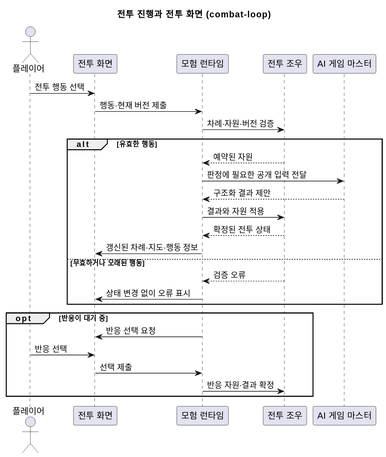
This is docs/contracts/diagrams/combat-loop.sequence.svg from omegafrog/dnd-master, a PlantUML export, as it was before one commit.
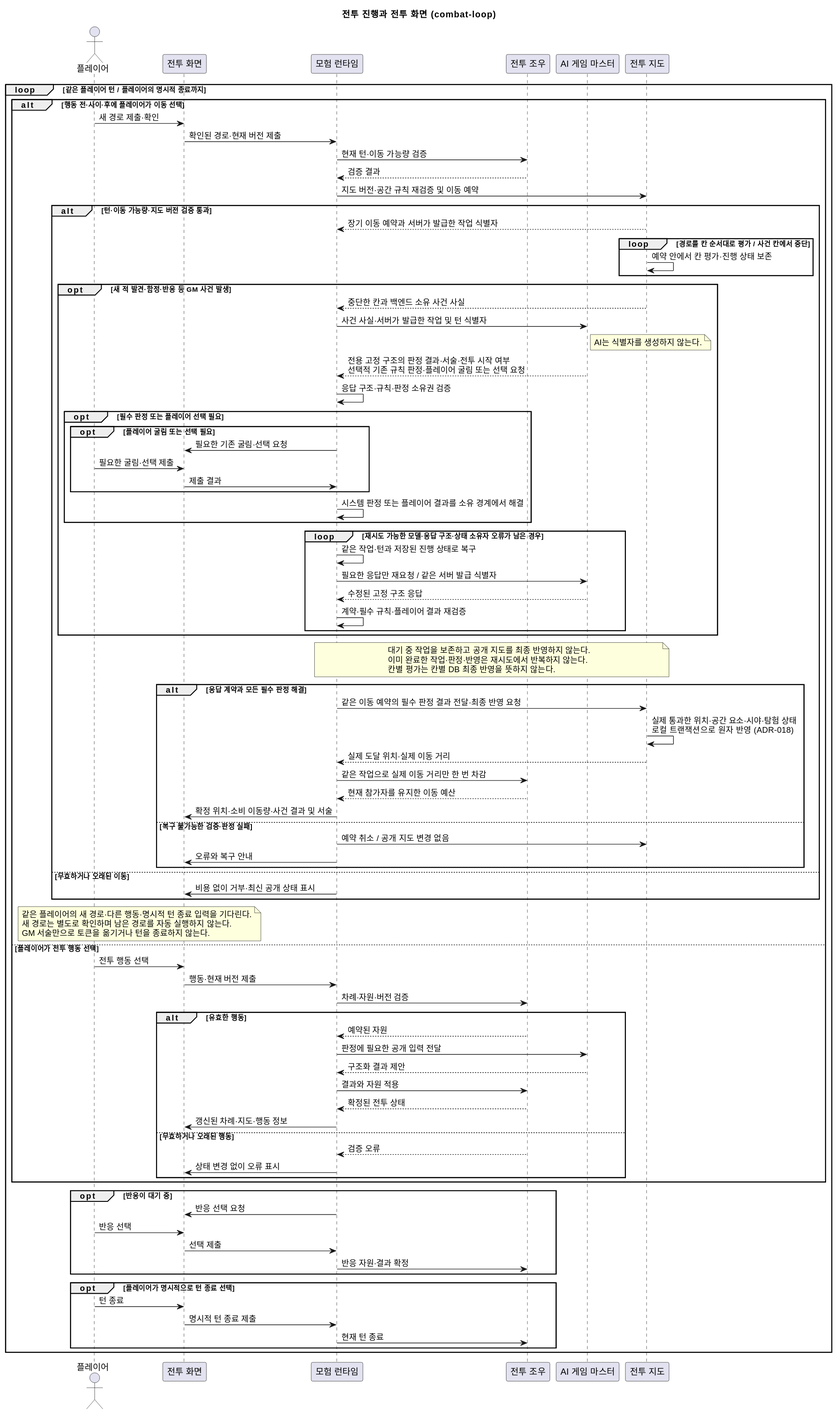
After the commit.

What changed in the source:
```diff
@@ -5,6 +5,67 @@
  participant "모험 런타임" as Runtime
  participant "전투 조우" as Encounter
  participant "AI 게임 마스터" as GM
+ participant "전투 지도" as Map
+ loop 같은 플레이어 턴 / 플레이어의 명시적 종료까지
+ alt 행동 전·사이·후에 플레이어가 이동 선택
+   Player -> UI : 새 경로 제출·확인
+   UI -> Runtime : 확인된 경로·현재 버전 제출
+   Runtime -> Encounter : 현재 턴·이동 가능량 검증
+   Encounter --> Runtime : 검증 결과
+   Runtime -> Map : 지도 버전·공간 규칙 재검증 및 이동 예약
+   alt 턴·이동 가능량·지도 버전 검증 통과
+     Map --> Runtime : 장기 이동 예약과 서버가 발급한 작업 식별자
+     loop 경로를 칸 순서대로 평가 / 사건 칸에서 중단
+       Map -> Map : 예약 안에서 칸 평가·진행 상태 보존
+     end
+     opt 새 적 발견·함정·반응 등 GM 사건 발생
+       Map --> Runtime : 중단한 칸과 백엔드 소유 사건 사실
+       Runtime -> GM : 사건 사실·서버가 발급한 작업 및 턴 식별자
+       note right of GM
+         AI는 식별자를 생성하지 않는다.
+       end note
+       GM --> Runtime : 전용 고정 구조의 판정 결과·서술·전투 시작 여부\n선택적 기존 규칙 판정·플레이어 굴림 또는 선택 요청
+       Runtime -> Runtime : 응답 구조·규칙·판정 소유권 검증
+       opt 필수 판정 또는 플레이어 선택 필요
+         opt 플레이어 굴림 또는 선택 필요
+         Runtime -> UI : 필요한 기존 굴림·선택 요청
+         Player -> UI : 필요한 굴림·선택 제출
+         UI -> Runtime : 제출 결과
+         end
+         Runtime -> Runtime : 시스템 판정 또는 플레이어 결과를 소유 경계에서 해결
+       end
+       loop 재시도 가능한 모델·응답 구조·상태 소유자 오류가 남은 경우
+         Runtime -> Runtime : 같은 작업·턴과 저장된 진행 상태로 복구
+         Runtime -> GM : 필요한 응답만 재요청 / 같은 서버 발급 식별자
+         GM --> Runtime : 수정된 고정 구조 응답
+         Runtime -> Runtime : 계약·필수 규칙·플레이어 결과 재검증
+       end
+     end
+     note over Runtime, Map
+       대기 중 작업을 보존하고 공개 지도를 최종 반영하지 않는다.
+       이미 완료한 작업·판정·반영은 재시도에서 반복하지 않는다.
+       칸별 평가는 칸별 DB 최종 반영을 뜻하지 않는다.
+     end note
+     alt 응답 계약과 모든 필수 판정 해결
+       Runtime -> Map : 같은 이동 예약의 필수 판정 결과 전달·최종 반영 요청
+       Map -> Map : 실제 통과한 위치·공간 요소·시야·탐험 상태\n로컬 트랜잭션으로 원자 반영 (ADR-018)
+       Map --> Runtime : 실제 도달 위치·실제 이동 거리
+       Runtime -> Encounter : 같은 작업으로 실제 이동 거리만 한 번 차감
+       Encounter --> Runtime : 현재 참가자를 유지한 이동 예산
+       Runtime -> UI : 확정 위치·소비 이동량·사건 결과 및 서술
+     else 복구 불가능한 검증·판정 실패
+       Runtime -> Map : 예약 취소 / 공개 지도 변경 없음
+       Runtime -> UI : 오류와 복구 안내
+     end
+   else 무효하거나 오래된 이동
+     Runtime -> UI : 비용 없이 거부·최신 공개 상태 표시
+   end
+   note over Player, UI
+     같은 플레이어의 새 경로·다른 행동·명시적 턴 종료 입력을 기다린다.
+     새 경로는 별도로 확인하며 남은 경로를 자동 실행하지 않는다.
+     GM 서술만으로 토큰을 옮기거나 턴을 종료하지 않는다.
+   end note
+ else 플레이어가 전투 행동 선택
  Player -> UI : 전투 행동 선택
  UI -> Runtime : 행동·현재 버전 제출
  Runtime -> Encounter : 차례·자원·버전 검증
@@ -19,10 +80,17 @@
    Encounter --> Runtime : 검증 오류
    Runtime -> UI : 상태 변경 없이 오류 표시
  end
+ end
  opt 반응이 대기 중
    Runtime -> UI : 반응 선택 요청
    Player -> UI : 반응 선택
    UI -> Runtime : 선택 제출
    Runtime -> Encounter : 반응 자원·결과 확정
  end
+ opt 플레이어가 명시적으로 턴 종료 선택
+   Player -> UI : 턴 종료
+   UI -> Runtime : 명시적 턴 종료 제출
+   Runtime -> Encounter : 현재 턴 종료
+ end
+ end
 @enduml
```
